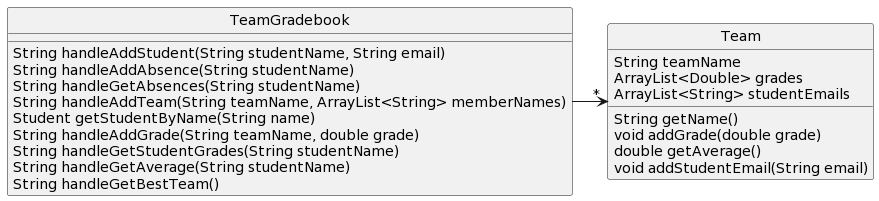
This is Homework/DesignProblems/DP2/DP2_A.png from RHIT-CSSE/csse220, a PlantUML export, as it was before one commit.
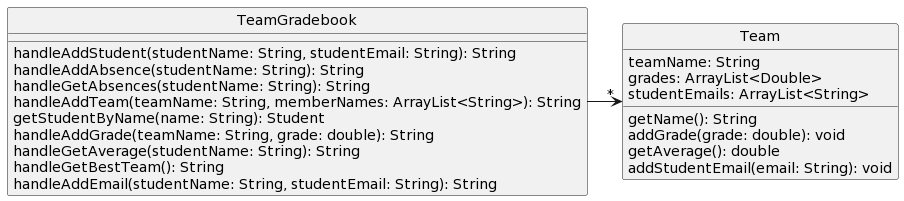
Above is the later version.

Commit message:
Fixed DP2 bad UML issue

What changed in the source:
```diff
@@ -1,24 +1,24 @@
 @startuml
 skinparam style strictuml
 class TeamGradebook [[java:teamGradebook.TeamGradebook]] {
-	String handleAddStudent(String studentName, String email)
-	String handleAddAbsence(String studentName)
-	String handleGetAbsences(String studentName)
-	String handleAddTeam(String teamName, ArrayList<String> memberNames)
-	Student getStudentByName(String name)
-	String handleAddGrade(String teamName, double grade)
-        String handleGetStudentGrades(String studentName)
-	String handleGetAverage(String studentName)
-	String handleGetBestTeam()
+	handleAddStudent(studentName: String, studentEmail: String): String
+	handleAddAbsence(studentName: String): String
+	handleGetAbsences(studentName: String): String
+	handleAddTeam(teamName: String, memberNames: ArrayList<String>): String
+	getStudentByName(name: String): Student
+	handleAddGrade(teamName: String, grade: double): String
+	handleGetAverage(studentName: String): String
+	handleGetBestTeam(): String
+        handleAddEmail(studentName: String, studentEmail: String): String
 }
 class Team [[java:teamGradebook.Team]] {
-        String teamName
-        ArrayList<Double> grades
-        ArrayList<String> studentEmails
-        String getName()
-        void addGrade(double grade)
-        double getAverage()
-        void addStudentEmail(String email)
+        teamName: String
+        grades: ArrayList<Double>
+        studentEmails: ArrayList<String>
+        getName(): String
+        addGrade(grade: double): void
+        getAverage(): double
+        addStudentEmail(email: String): void
 }
 TeamGradebook -> "*" Team
 @enduml
```
